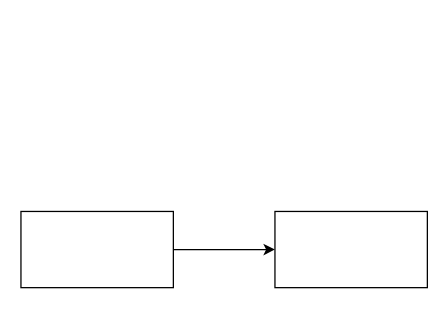
Before: test.drawio in mrathena/drawio, a draw.io diagram. Source tidied: cells renumbered, new cells numbered last; positions are measured from the earlier drawing's top-left corner, leaving out a move shared by most shapes. Both pictures are drawn from the tidied source at 127%, with x=0, y=0 at pixel (20, 211).
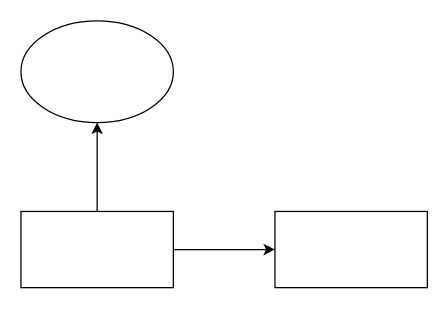
The same page after the edit.

The edit, as a diff of the source:
```diff
@@
 <mxGraphModel>
   <root>
     <mxCell id="0" />
     <mxCell id="1" parent="0" />
     <mxCell id="2" style="edgeStyle=orthogonalEdgeStyle;rounded=0;jettySize=auto;html=1;" parent="1" edge="1" source="3" target="4">
       <mxGeometry relative="1" as="geometry" />
     </mxCell>
+    <mxCell id="5" style="edgeStyle=orthogonalEdgeStyle;rounded=0;jettySize=auto;html=1;" parent="1" edge="1" source="3" target="6">
+      <mxGeometry relative="1" as="geometry" />
+    </mxCell>
     <mxCell id="3" style="rounded=0;whiteSpace=wrap;html=1;" parent="1" vertex="1">
       <mxGeometry width="120" height="60" as="geometry" />
     </mxCell>
     <mxCell id="4" style="rounded=0;whiteSpace=wrap;html=1;" parent="1" vertex="1">
       <mxGeometry x="200" width="120" height="60" as="geometry" />
     </mxCell>
+    <mxCell id="6" style="ellipse;whiteSpace=wrap;html=1;rounded=0;" parent="1" vertex="1">
+      <mxGeometry y="-150" width="120" height="80" as="geometry" />
+    </mxCell>
   </root>
 </mxGraphModel>
```
